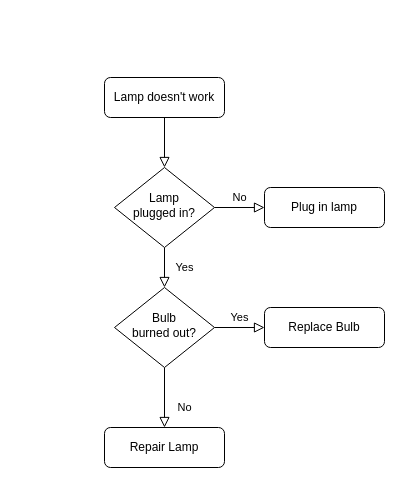
tfornal/co_data_processing keeps this draw.io diagram as Diagram bez tytułu.drawio. Above is the earlier version. Source tidied: cells renumbered, new cells numbered last; positions are measured from the earlier drawing's top-left corner, leaving out a move shared by most shapes. Both pictures are drawn from the tidied source at 100%, with x=0, y=0 at pixel (104, 77).
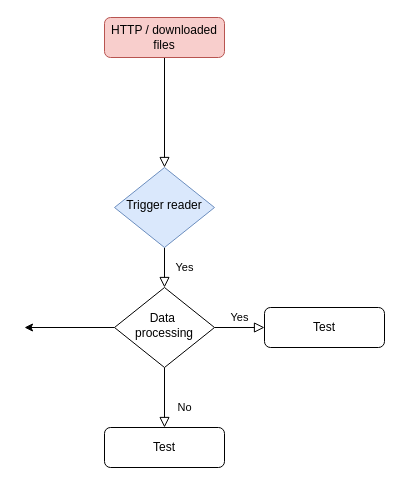
The same page after the edit.

Diff of the diagram source:
```diff
@@
 <mxGraphModel>
   <root>
     <mxCell id="0" />
     <mxCell id="1" parent="0" />
     <mxCell id="2" style="rounded=0;html=1;jettySize=auto;fontSize=11;endArrow=block;endFill=0;endSize=8;strokeWidth=1;shadow=0;labelBackgroundColor=none;edgeStyle=orthogonalEdgeStyle;" parent="1" edge="1" source="3" target="6">
       <mxGeometry relative="1" as="geometry" />
     </mxCell>
-    <mxCell id="3" value="Lamp doesn't work" style="rounded=1;whiteSpace=wrap;html=1;fontSize=12;glass=0;strokeWidth=1;shadow=0;" parent="1" vertex="1">
-      <mxGeometry width="120" height="40" as="geometry" />
+    <mxCell id="3" value="HTTP / downloaded files" style="rounded=1;whiteSpace=wrap;html=1;fontSize=12;glass=0;strokeWidth=1;shadow=0;fillColor=#f8cecc;strokeColor=#b85450;" parent="1" vertex="1">
+      <mxGeometry y="-60" width="120" height="40" as="geometry" />
     </mxCell>
     <mxCell id="4" value="Yes" style="rounded=0;html=1;jettySize=auto;fontSize=11;endArrow=block;endFill=0;endSize=8;strokeWidth=1;shadow=0;labelBackgroundColor=none;edgeStyle=orthogonalEdgeStyle;" parent="1" edge="1" source="6" target="10">
       <mxGeometry y="20" relative="1" as="geometry" />
     </mxCell>
-    <mxCell id="5" value="No" style="edgeStyle=orthogonalEdgeStyle;rounded=0;html=1;jettySize=auto;fontSize=11;endArrow=block;endFill=0;endSize=8;strokeWidth=1;shadow=0;labelBackgroundColor=none;" parent="1" edge="1" source="6" target="7">
-      <mxGeometry y="10" relative="1" as="geometry" />
-    </mxCell>
-    <mxCell id="6" value="Lamp&lt;br&gt;plugged in?" style="rhombus;whiteSpace=wrap;html=1;shadow=0;fontFamily=Helvetica;fontSize=12;align=center;strokeWidth=1;spacing=6;spacingTop=-4;" parent="1" vertex="1">
+    <mxCell id="6" value="Trigger reader" style="rhombus;whiteSpace=wrap;html=1;shadow=0;fontFamily=Helvetica;fontSize=12;align=center;strokeWidth=1;spacing=6;spacingTop=-4;fillColor=#dae8fc;strokeColor=#6c8ebf;" parent="1" vertex="1">
       <mxGeometry x="10" y="90" width="100" height="80" as="geometry" />
     </mxCell>
-    <mxCell id="7" value="Plug in lamp" style="rounded=1;whiteSpace=wrap;html=1;fontSize=12;glass=0;strokeWidth=1;shadow=0;" parent="1" vertex="1">
-      <mxGeometry x="160" y="110" width="120" height="40" as="geometry" />
-    </mxCell>
     <mxCell id="8" value="No" style="rounded=0;html=1;jettySize=auto;fontSize=11;endArrow=block;endFill=0;endSize=8;strokeWidth=1;shadow=0;labelBackgroundColor=none;edgeStyle=orthogonalEdgeStyle;" parent="1" edge="1" source="10" target="11">
       <mxGeometry x="0.33" y="20" relative="1" as="geometry" />
     </mxCell>
     <mxCell id="9" value="Yes" style="edgeStyle=orthogonalEdgeStyle;rounded=0;html=1;jettySize=auto;fontSize=11;endArrow=block;endFill=0;endSize=8;strokeWidth=1;shadow=0;labelBackgroundColor=none;" parent="1" edge="1" source="10" target="12">
       <mxGeometry y="10" relative="1" as="geometry" />
     </mxCell>
+    <mxCell id="13" style="edgeStyle=orthogonalEdgeStyle;rounded=0;jettySize=auto;html=1;" parent="1" edge="1" source="10">
+      <mxGeometry relative="1" as="geometry">
+        <mxPoint x="-80" y="250" as="targetPoint" />
+      </mxGeometry>
+    </mxCell>
-    <mxCell id="10" value="Bulb&lt;br&gt;burned out?" style="rhombus;whiteSpace=wrap;html=1;shadow=0;fontFamily=Helvetica;fontSize=12;align=center;strokeWidth=1;spacing=6;spacingTop=-4;" parent="1" vertex="1">
+    <mxCell id="10" value="Data&amp;nbsp; processing" style="rhombus;whiteSpace=wrap;html=1;shadow=0;fontFamily=Helvetica;fontSize=12;align=center;strokeWidth=1;spacing=6;spacingTop=-4;" parent="1" vertex="1">
       <mxGeometry x="10" y="210" width="100" height="80" as="geometry" />
     </mxCell>
-    <mxCell id="11" value="Repair Lamp" style="rounded=1;whiteSpace=wrap;html=1;fontSize=12;glass=0;strokeWidth=1;shadow=0;" parent="1" vertex="1">
+    <mxCell id="11" value="Test" style="rounded=1;whiteSpace=wrap;html=1;fontSize=12;glass=0;strokeWidth=1;shadow=0;" parent="1" vertex="1">
       <mxGeometry y="350" width="120" height="40" as="geometry" />
     </mxCell>
-    <mxCell id="12" value="Replace Bulb" style="rounded=1;whiteSpace=wrap;html=1;fontSize=12;glass=0;strokeWidth=1;shadow=0;" parent="1" vertex="1">
+    <mxCell id="12" value="Test" style="rounded=1;whiteSpace=wrap;html=1;fontSize=12;glass=0;strokeWidth=1;shadow=0;" parent="1" vertex="1">
       <mxGeometry x="160" y="230" width="120" height="40" as="geometry" />
     </mxCell>
   </root>
 </mxGraphModel>
```
